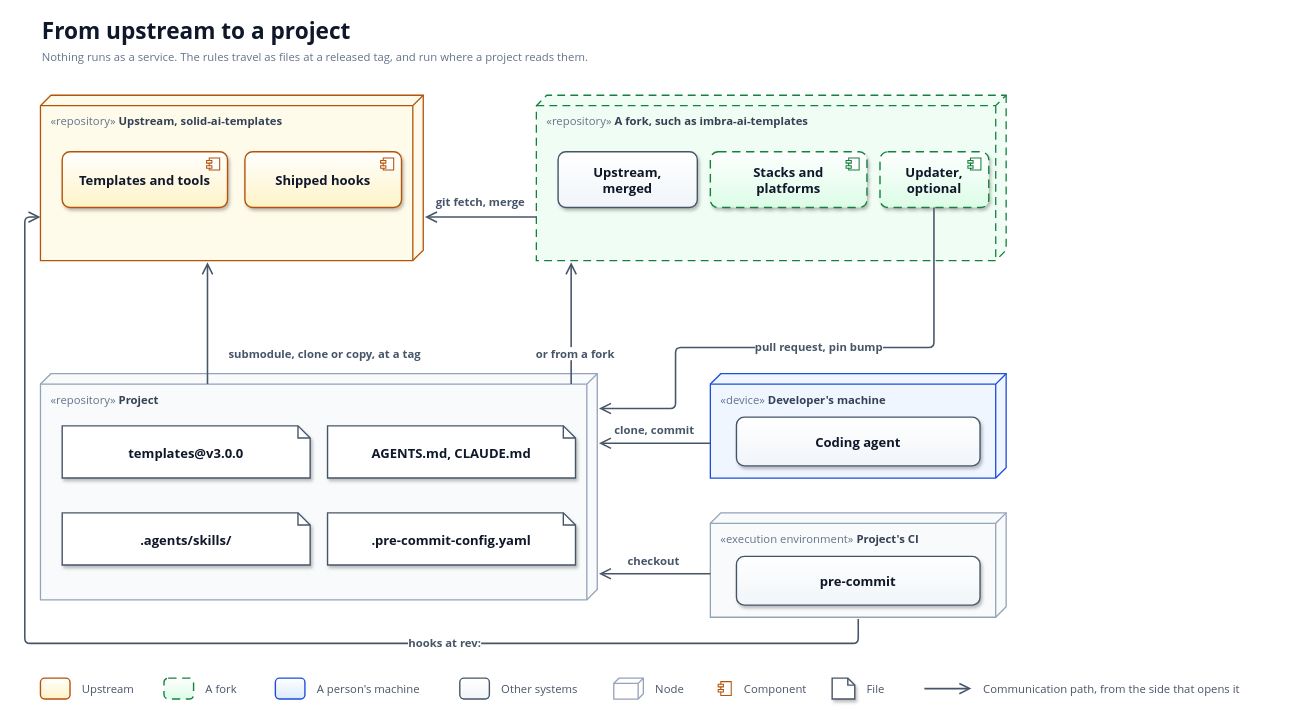
solid-ai-dev/solid-ai-templates keeps this draw.io diagram as docs/diagrams/deployment-distribution.drawio. Above is the earlier version. Source tidied: cells renumbered, new cells numbered last; positions are measured from the earlier drawing's top-left corner, leaving out a move shared by most shapes. Both pictures are drawn from the tidied source at 87%, with x=0, y=0 at pixel (24, 15).
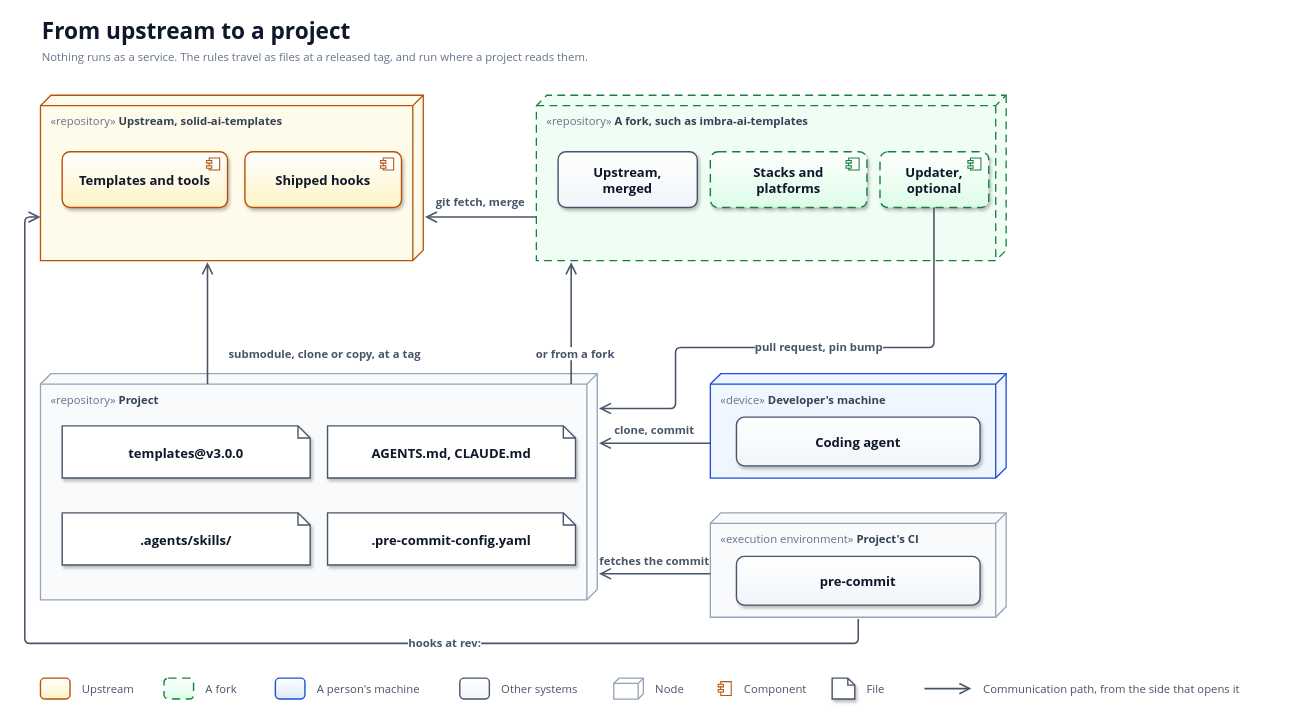
The same diagram, later.

Commit message (it also covers changes not shown here):
docs(architecture): say the CI fetches the commit in chapter 7's diagram (#2410)

Claude-Session: https://claude.ai/code/session_01DpT5xSVK2FLNdArtRtNjLH

Diff of the diagram source:
```diff
@@
-    <mxCell id="35" value="checkout" style="text;html=1;whiteSpace=wrap;strokeColor=none;fillColor=none;align=left;verticalAlign=middle;fontFamily=Segoe UI;fontSize=13;fontStyle=1;fontColor=#475569;align=center;labelBackgroundColor=#FFFFFF;" parent="1" vertex="1">
-      <mxGeometry x="678" y="616" width="90" height="22" as="geometry" />
+    <mxCell id="35" value="fetches the commit" style="text;html=1;whiteSpace=wrap;strokeColor=none;fillColor=none;align=left;verticalAlign=middle;fontFamily=Segoe UI;fontSize=13;fontStyle=1;fontColor=#475569;align=center;labelBackgroundColor=#FFFFFF;" parent="1" vertex="1">
+      <mxGeometry x="656" y="616" width="136" height="22" as="geometry" />
     </mxCell>
```
